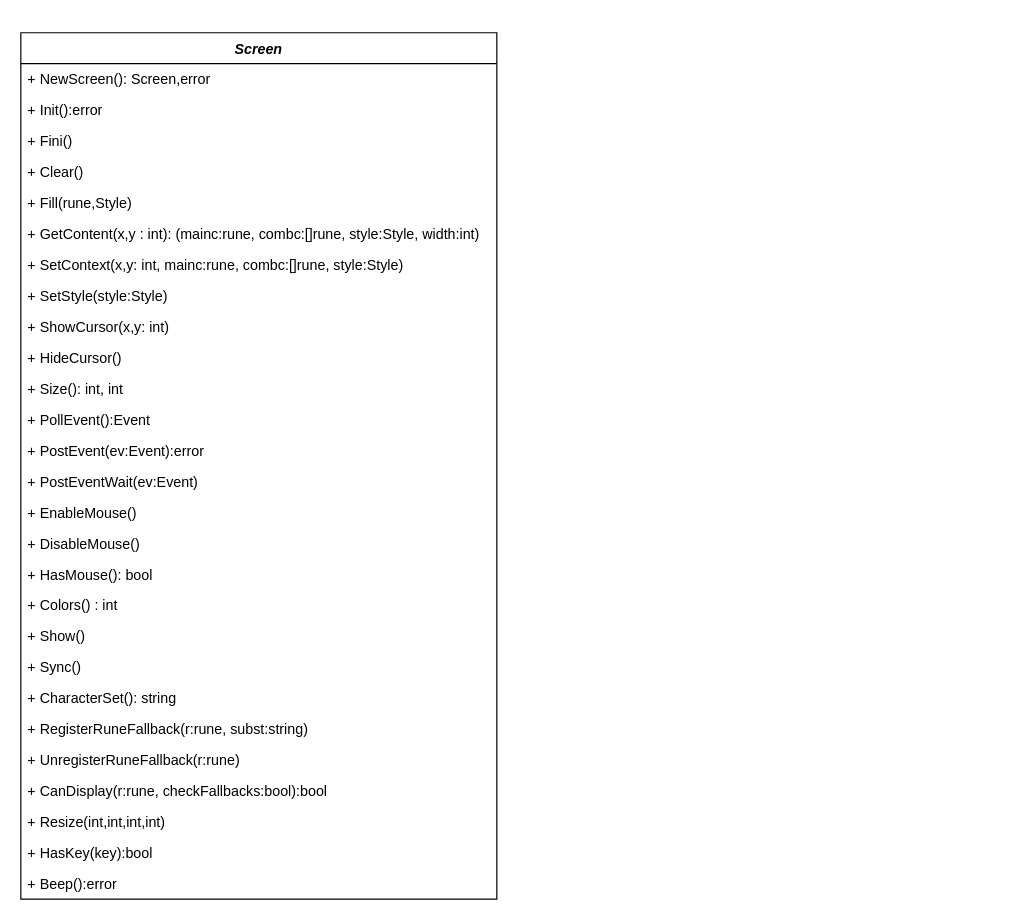
Earlier version of the draw.io diagram 15.puzzle/tcell.drawio (63isOK/conference_graph). Source tidied: cells renumbered, new cells numbered last; positions are measured from the earlier drawing's top-left corner, leaving out a move shared by most shapes. Both pictures are drawn from the tidied source at 119%, with x=0, y=0 at pixel (20, 32).
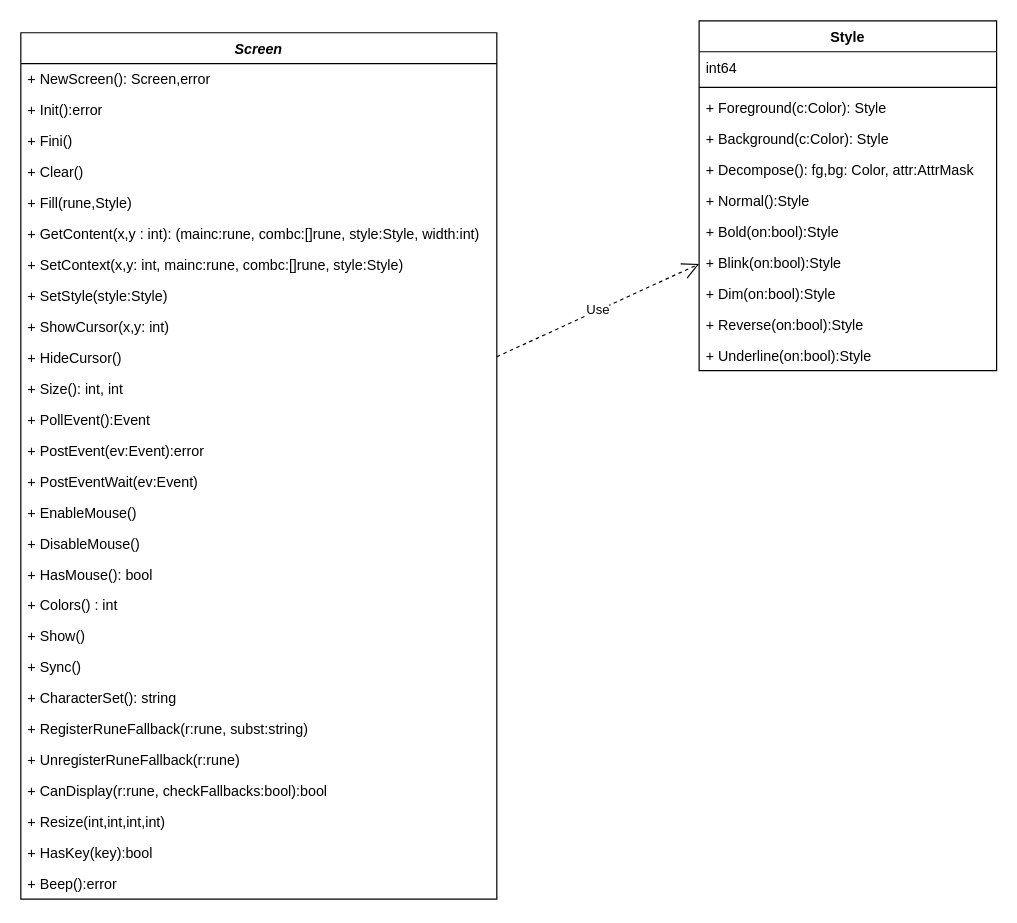
Above is the later version.

The change refers to these unchanged cells:
```xml
<mxCell id="2" value="Screen" style="swimlane;fontStyle=3;align=center;verticalAlign=top;horizontal=1;startSize=26;" parent="1" vertex="1">
  <mxGeometry width="400" height="728" as="geometry" />
</mxCell>
```

Change to the diagram source:
```diff
@@
+    <mxCell id="30" value="Style" style="swimlane;fontStyle=1;align=center;verticalAlign=top;horizontal=1;startSize=26;" parent="1" vertex="1">
+      <mxGeometry x="570" y="-10" width="250" height="294" as="geometry" />
+    </mxCell>
+    <mxCell id="31" value="int64" style="text;strokeColor=none;fillColor=none;align=left;verticalAlign=top;spacingLeft=4;spacingRight=4;overflow=hidden;" parent="30" vertex="1">
+      <mxGeometry y="26" width="250" height="26" as="geometry" />
+    </mxCell>
+    <mxCell id="32" style="line;strokeWidth=1;fillColor=none;align=left;verticalAlign=middle;spacingTop=-1;spacingLeft=3;spacingRight=3;labelPosition=right;" parent="30" vertex="1">
+      <mxGeometry y="52" width="250" height="8" as="geometry" />
+    </mxCell>
+    <mxCell id="33" value="+ Foreground(c:Color): Style" style="text;strokeColor=none;fillColor=none;align=left;verticalAlign=top;spacingLeft=4;spacingRight=4;overflow=hidden;" parent="30" vertex="1">
+      <mxGeometry y="60" width="250" height="26" as="geometry" />
+    </mxCell>
+    <mxCell id="34" value="+ Background(c:Color): Style" style="text;strokeColor=none;fillColor=none;align=left;verticalAlign=top;spacingLeft=4;spacingRight=4;overflow=hidden;" parent="30" vertex="1">
+      <mxGeometry y="86" width="250" height="26" as="geometry" />
+    </mxCell>
+    <mxCell id="35" value="+ Decompose(): fg,bg: Color, attr:AttrMask" style="text;strokeColor=none;fillColor=none;align=left;verticalAlign=top;spacingLeft=4;spacingRight=4;overflow=hidden;" parent="30" vertex="1">
+      <mxGeometry y="112" width="250" height="26" as="geometry" />
+    </mxCell>
+    <mxCell id="36" value="+ Normal():Style" style="text;strokeColor=none;fillColor=none;align=left;verticalAlign=top;spacingLeft=4;spacingRight=4;overflow=hidden;" parent="30" vertex="1">
+      <mxGeometry y="138" width="250" height="26" as="geometry" />
+    </mxCell>
+    <mxCell id="37" value="+ Bold(on:bool):Style" style="text;strokeColor=none;fillColor=none;align=left;verticalAlign=top;spacingLeft=4;spacingRight=4;overflow=hidden;" parent="30" vertex="1">
+      <mxGeometry y="164" width="250" height="26" as="geometry" />
+    </mxCell>
+    <mxCell id="38" value="+ Blink(on:bool):Style" style="text;strokeColor=none;fillColor=none;align=left;verticalAlign=top;spacingLeft=4;spacingRight=4;overflow=hidden;" parent="30" vertex="1">
+      <mxGeometry y="190" width="250" height="26" as="geometry" />
+    </mxCell>
+    <mxCell id="39" value="+ Dim(on:bool):Style" style="text;strokeColor=none;fillColor=none;align=left;verticalAlign=top;spacingLeft=4;spacingRight=4;overflow=hidden;" parent="30" vertex="1">
+      <mxGeometry y="216" width="250" height="26" as="geometry" />
+    </mxCell>
+    <mxCell id="40" value="+ Reverse(on:bool):Style" style="text;strokeColor=none;fillColor=none;align=left;verticalAlign=top;spacingLeft=4;spacingRight=4;overflow=hidden;" parent="30" vertex="1">
+      <mxGeometry y="242" width="250" height="26" as="geometry" />
+    </mxCell>
+    <mxCell id="41" value="+ Underline(on:bool):Style" style="text;strokeColor=none;fillColor=none;align=left;verticalAlign=top;spacingLeft=4;spacingRight=4;overflow=hidden;" parent="30" vertex="1">
+      <mxGeometry y="268" width="250" height="26" as="geometry" />
+    </mxCell>
+    <mxCell id="42" value="Use" style="endArrow=open;endSize=12;dashed=1;html=1;" parent="1" edge="1" source="2" target="30">
+      <mxGeometry relative="1" as="geometry" />
+    </mxCell>
```
